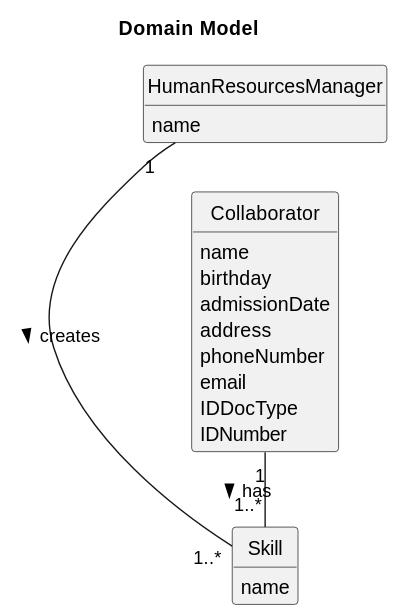
Above: docs/sprintA/us01/02.analysis/svg/us01-domain-model.svg in daniel41silva05/ISEP_2023_2024_LAPR2 (PlantUML), before the change. Source of this version:
```plantuml
@startuml
skinparam monochrome true
skinparam packageStyle rectangle
skinparam shadowing false

left to right direction

skinparam classAttributeIconSize 0

hide circle
hide methods

title Domain Model

class HumanResourcesManager {
    name
}

class Skill {
    name
}

class Collaborator {
    name
    birthday
    admissionDate
    address
    phoneNumber
    email
    IDDocType
    IDNumber
}

HumanResourcesManager "1" - "1..*" Skill : creates >
Collaborator "1" - "1..*" Skill : has >
@enduml
```
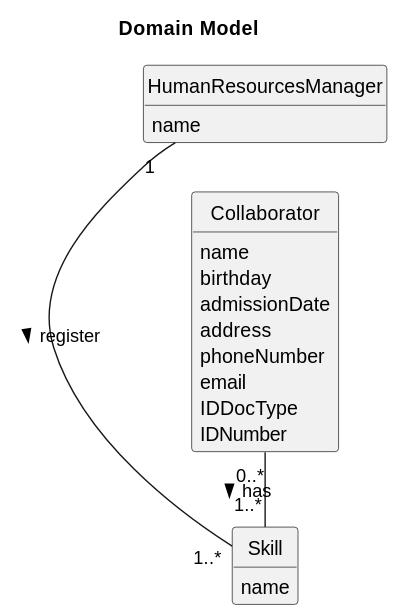
The same file after the commit.

Commit message:
Update US05, US01 and global domain

The edit, as a diff of the source:
```diff
@@ -31,6 +31,6 @@
     IDNumber
 }
 
-HumanResourcesManager "1" - "1..*" Skill : creates >
-Collaborator "1" - "1..*" Skill : has >
+HumanResourcesManager "1" - "1..*" Skill : register >
+Collaborator "0..*" - "1..*" Skill : has >
 @enduml
```
